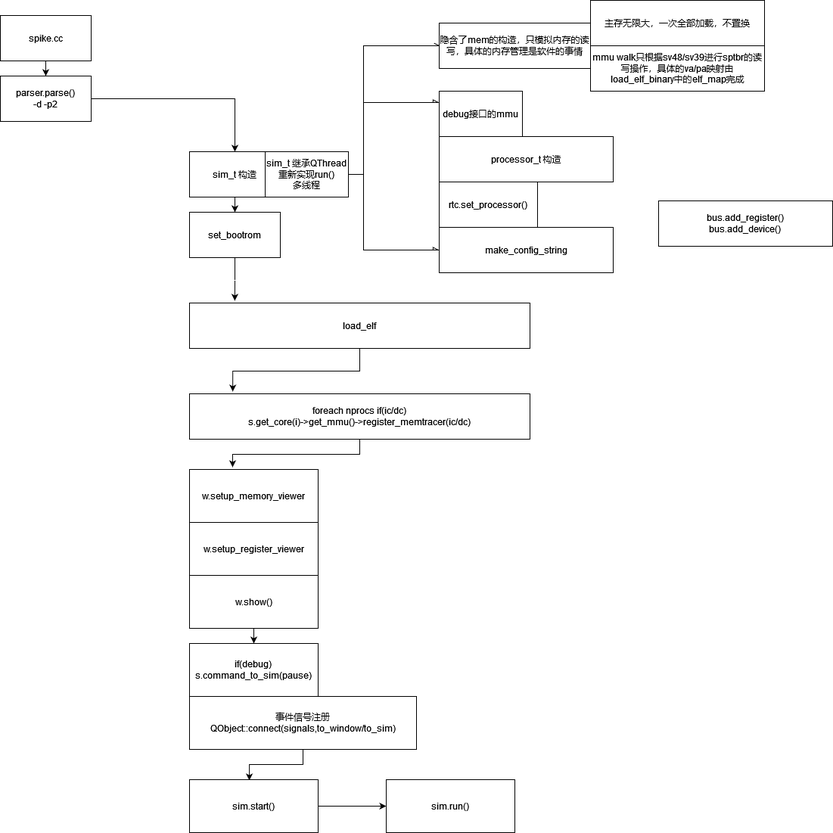
Before: pic/sim-flow.drawio.png, a diagram exported from draw.io (toughpig/paper). Source tidied: cells renumbered, new cells last; positions are measured from the earlier drawing's top-left corner, leaving out a move shared by most shapes. The source it was exported from:
```xml
<mxGraphModel>
  <root>
    <mxCell id="0" />
    <mxCell id="1" parent="0" />
    <mxCell id="2" style="edgeStyle=orthogonalEdgeStyle;rounded=0;jettySize=auto;html=1;entryX=0.5;entryY=0;entryDx=0;entryDy=0;" parent="1" edge="1" source="3" target="7">
      <mxGeometry relative="1" as="geometry" />
    </mxCell>
    <mxCell id="3" value="spike.cc" style="rounded=0;whiteSpace=wrap;html=1;" parent="1" vertex="1">
      <mxGeometry y="20" width="120" height="60" as="geometry" />
    </mxCell>
    <mxCell id="4" style="edgeStyle=orthogonalEdgeStyle;rounded=0;jettySize=auto;html=1;entryX=0.335;entryY=-0.043;entryDx=0;entryDy=0;entryPerimeter=0;" parent="1" edge="1" source="5" target="14">
      <mxGeometry relative="1" as="geometry" />
    </mxCell>
    <mxCell id="5" value="&lt;div&gt;foreach nprocs if(ic/dc)&lt;br&gt;&lt;/div&gt;&lt;div&gt;s.get_core(i)-&amp;gt;get_mmu()-&amp;gt;register_memtracer(ic/dc)&lt;/div&gt;" style="rounded=0;whiteSpace=wrap;html=1;" parent="1" vertex="1">
      <mxGeometry x="250" y="520" width="450" height="60" as="geometry" />
    </mxCell>
    <mxCell id="6" style="edgeStyle=orthogonalEdgeStyle;rounded=0;jettySize=auto;html=1;entryX=0.5;entryY=0;entryDx=0;entryDy=0;" parent="1" edge="1" source="7" target="13">
      <mxGeometry relative="1" as="geometry" />
    </mxCell>
    <mxCell id="7" value="&lt;div&gt;parser.parse()&lt;/div&gt;&lt;div&gt;-d -p2&lt;/div&gt;" style="rounded=0;whiteSpace=wrap;html=1;" parent="1" vertex="1">
      <mxGeometry y="100" width="120" height="60" as="geometry" />
    </mxCell>
    <mxCell id="8" style="edgeStyle=orthogonalEdgeStyle;rounded=0;jettySize=auto;html=1;entryX=0.133;entryY=-0.05;entryDx=0;entryDy=0;entryPerimeter=0;" parent="1" edge="1" source="9" target="26">
      <mxGeometry relative="1" as="geometry" />
    </mxCell>
    <mxCell id="9" value="set_bootrom" style="rounded=0;whiteSpace=wrap;html=1;" parent="1" vertex="1">
      <mxGeometry x="250" y="280" width="120" height="60" as="geometry" />
    </mxCell>
    <mxCell id="10" style="edgeStyle=orthogonalEdgeStyle;rounded=0;jettySize=auto;html=1;entryX=0;entryY=0.25;entryDx=0;entryDy=0;endArrow=async;endFill=0;" parent="1" edge="1" source="13" target="27">
      <mxGeometry relative="1" as="geometry">
        <Array as="points">
          <mxPoint x="480" y="230" />
          <mxPoint x="480" y="135" />
        </Array>
      </mxGeometry>
    </mxCell>
    <mxCell id="11" style="edgeStyle=orthogonalEdgeStyle;rounded=0;jettySize=auto;html=1;entryX=0;entryY=0.5;entryDx=0;entryDy=0;endArrow=async;endFill=0;" parent="1" edge="1" source="13" target="30">
      <mxGeometry relative="1" as="geometry">
        <Array as="points">
          <mxPoint x="480" y="230" />
          <mxPoint x="480" y="330" />
        </Array>
      </mxGeometry>
    </mxCell>
    <mxCell id="12" style="edgeStyle=orthogonalEdgeStyle;rounded=0;jettySize=auto;html=1;entryX=0.5;entryY=0;entryDx=0;entryDy=0;" parent="1" edge="1" source="13" target="9">
      <mxGeometry relative="1" as="geometry" />
    </mxCell>
    <mxCell id="13" value="sim_t 构造" style="rounded=0;whiteSpace=wrap;html=1;" parent="1" vertex="1">
      <mxGeometry x="250" y="200" width="120" height="60" as="geometry" />
    </mxCell>
    <mxCell id="14" value="w.setup_memory_viewer" style="rounded=0;whiteSpace=wrap;html=1;" parent="1" vertex="1">
      <mxGeometry x="250" y="620" width="170" height="70" as="geometry" />
    </mxCell>
    <mxCell id="15" value="w.setup_register_viewer" style="rounded=0;whiteSpace=wrap;html=1;" parent="1" vertex="1">
      <mxGeometry x="250" y="690" width="170" height="70" as="geometry" />
    </mxCell>
    <mxCell id="16" style="edgeStyle=orthogonalEdgeStyle;rounded=0;jettySize=auto;html=1;entryX=0.5;entryY=0;entryDx=0;entryDy=0;endArrow=classic;endFill=1;" parent="1" edge="1" source="17" target="18">
      <mxGeometry relative="1" as="geometry" />
    </mxCell>
    <mxCell id="17" value="w.show()" style="rounded=0;whiteSpace=wrap;html=1;" parent="1" vertex="1">
      <mxGeometry x="250" y="760" width="170" height="70" as="geometry" />
    </mxCell>
    <mxCell id="18" value="&lt;div&gt;if(debug)&lt;/div&gt;&lt;div&gt;s.command_to_sim(pause)&lt;br&gt;&lt;/div&gt;" style="rounded=0;whiteSpace=wrap;html=1;" parent="1" vertex="1">
      <mxGeometry x="250" y="850" width="170" height="70" as="geometry" />
    </mxCell>
    <mxCell id="19" style="edgeStyle=orthogonalEdgeStyle;rounded=0;jettySize=auto;html=1;entryX=0.465;entryY=0.014;entryDx=0;entryDy=0;entryPerimeter=0;endArrow=classic;endFill=1;" parent="1" edge="1" source="20" target="22">
      <mxGeometry relative="1" as="geometry" />
    </mxCell>
    <mxCell id="20" value="事件信号注册QObject::connect(signals,to_window/to_sim)" style="rounded=0;whiteSpace=wrap;html=1;" parent="1" vertex="1">
      <mxGeometry x="250" y="920" width="300" height="70" as="geometry" />
    </mxCell>
    <mxCell id="21" style="edgeStyle=orthogonalEdgeStyle;rounded=0;jettySize=auto;html=1;" parent="1" edge="1" source="22">
      <mxGeometry relative="1" as="geometry">
        <mxPoint x="510" y="1065" as="targetPoint" />
      </mxGeometry>
    </mxCell>
    <mxCell id="22" value="sim.start()" style="rounded=0;whiteSpace=wrap;html=1;" parent="1" vertex="1">
      <mxGeometry x="250" y="1030" width="170" height="70" as="geometry" />
    </mxCell>
    <mxCell id="23" style="edgeStyle=orthogonalEdgeStyle;rounded=0;jettySize=auto;html=1;entryX=0;entryY=0.5;entryDx=0;entryDy=0;endArrow=openAsync;endFill=0;" parent="1" edge="1" source="24" target="35">
      <mxGeometry relative="1" as="geometry">
        <Array as="points">
          <mxPoint x="480" y="230" />
          <mxPoint x="480" y="60" />
        </Array>
      </mxGeometry>
    </mxCell>
    <mxCell id="24" value="&lt;div&gt;sim_t 继承QThread&lt;/div&gt;&lt;div&gt;重新实现run()&lt;/div&gt;&lt;div&gt;多线程&lt;br&gt;&lt;/div&gt;" style="rounded=0;whiteSpace=wrap;html=1;" parent="1" vertex="1">
      <mxGeometry x="350" y="200" width="110" height="60" as="geometry" />
    </mxCell>
    <mxCell id="25" style="edgeStyle=orthogonalEdgeStyle;rounded=0;jettySize=auto;html=1;entryX=0.127;entryY=-0.05;entryDx=0;entryDy=0;entryPerimeter=0;" parent="1" edge="1" source="26" target="5">
      <mxGeometry relative="1" as="geometry" />
    </mxCell>
    <mxCell id="26" value="load_elf" style="rounded=0;whiteSpace=wrap;html=1;" parent="1" vertex="1">
      <mxGeometry x="250" y="400" width="450" height="60" as="geometry" />
    </mxCell>
    <mxCell id="27" value="debug接口的mmu" style="rounded=0;whiteSpace=wrap;html=1;" parent="1" vertex="1">
      <mxGeometry x="580" y="120" width="110" height="60" as="geometry" />
    </mxCell>
    <mxCell id="28" value="processor_t 构造" style="rounded=0;whiteSpace=wrap;html=1;" parent="1" vertex="1">
      <mxGeometry x="580" y="180" width="230" height="60" as="geometry" />
    </mxCell>
    <mxCell id="29" value="rtc.set_processor()" style="rounded=0;whiteSpace=wrap;html=1;" parent="1" vertex="1">
      <mxGeometry x="580" y="240" width="130" height="60" as="geometry" />
    </mxCell>
    <mxCell id="30" value="make_config_string" style="rounded=0;whiteSpace=wrap;html=1;" parent="1" vertex="1">
      <mxGeometry x="580" y="300" width="230" height="60" as="geometry" />
    </mxCell>
    <mxCell id="31" value="sim.run()" style="rounded=0;whiteSpace=wrap;html=1;" parent="1" vertex="1">
      <mxGeometry x="510" y="1030" width="170" height="70" as="geometry" />
    </mxCell>
    <mxCell id="32" value="&lt;div&gt;bus.add_register()&lt;/div&gt;&lt;div&gt;bus.add_device()&lt;br&gt;&lt;/div&gt;" style="rounded=0;whiteSpace=wrap;html=1;" parent="1" vertex="1">
      <mxGeometry x="870" y="265" width="230" height="60" as="geometry" />
    </mxCell>
    <mxCell id="33" value="主存无限大，一次全部加载，不置换" style="rounded=0;whiteSpace=wrap;html=1;" parent="1" vertex="1">
      <mxGeometry x="780" width="230" height="60" as="geometry" />
    </mxCell>
    <mxCell id="34" value="mmu walk只根据sv48/sv39进行sptbr的读写操作，具体的va/pa映射由load_elf_binary中的elf_map完成" style="rounded=0;whiteSpace=wrap;html=1;" parent="1" vertex="1">
      <mxGeometry x="780" y="60" width="230" height="60" as="geometry" />
    </mxCell>
    <mxCell id="35" value="隐含了mem的构造，只模拟内存的读写，具体的内存管理是软件的事情" style="rounded=0;whiteSpace=wrap;html=1;" parent="1" vertex="1">
      <mxGeometry x="580" y="30" width="200" height="60" as="geometry" />
    </mxCell>
  </root>
</mxGraphModel>
```
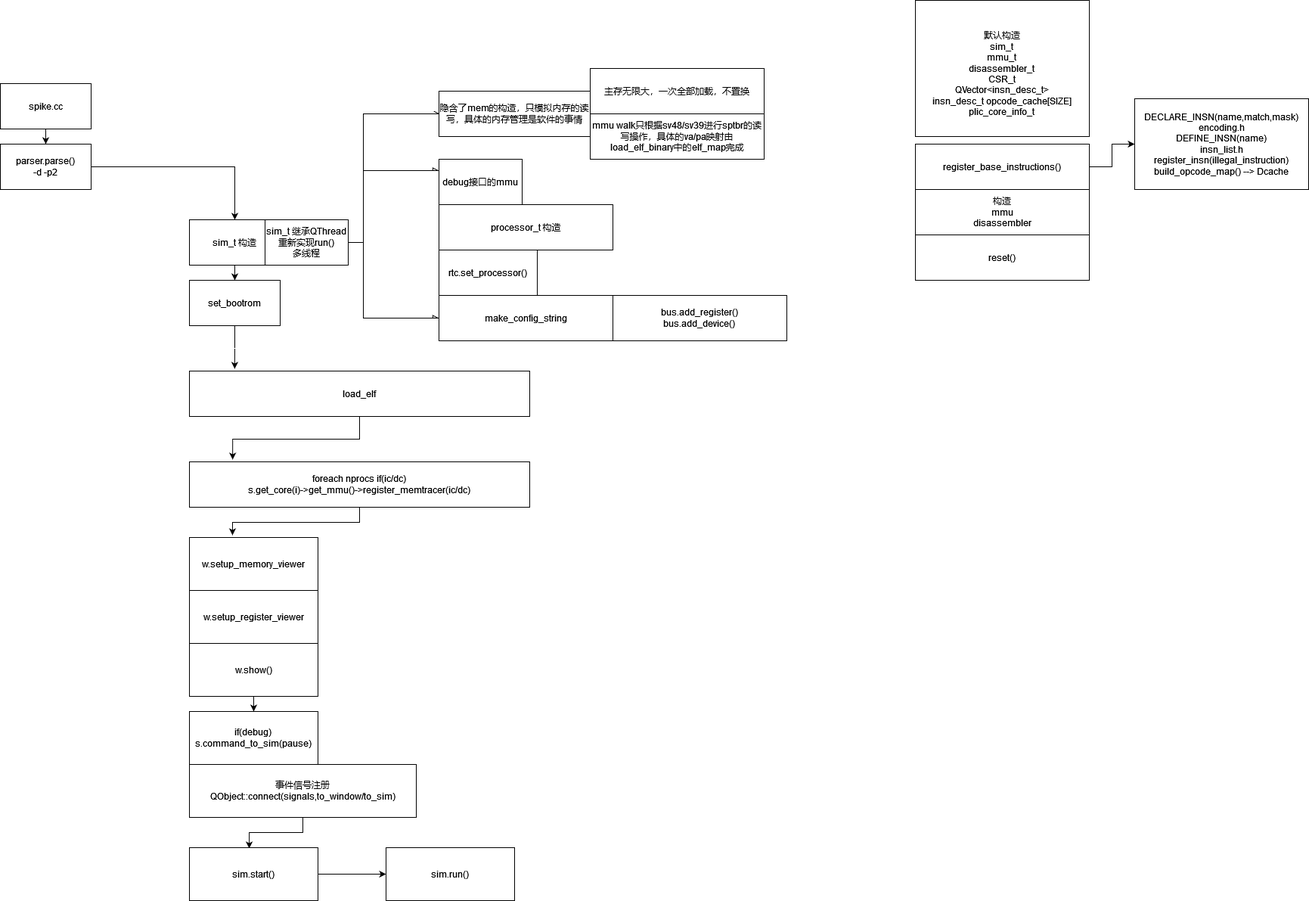
Above is the later version.

The edit, as a diff of the source:
```diff
@@ -110,7 +110,7 @@
       <mxGeometry x="510" y="1030" width="170" height="70" as="geometry" />
     </mxCell>
     <mxCell id="32" value="&lt;div&gt;bus.add_register()&lt;/div&gt;&lt;div&gt;bus.add_device()&lt;br&gt;&lt;/div&gt;" style="rounded=0;whiteSpace=wrap;html=1;" parent="1" vertex="1">
-      <mxGeometry x="870" y="265" width="230" height="60" as="geometry" />
+      <mxGeometry x="810" y="300" width="230" height="60" as="geometry" />
     </mxCell>
     <mxCell id="33" value="主存无限大，一次全部加载，不置换" style="rounded=0;whiteSpace=wrap;html=1;" parent="1" vertex="1">
       <mxGeometry x="780" width="230" height="60" as="geometry" />
@@ -121,5 +121,23 @@
     <mxCell id="35" value="隐含了mem的构造，只模拟内存的读写，具体的内存管理是软件的事情" style="rounded=0;whiteSpace=wrap;html=1;" parent="1" vertex="1">
       <mxGeometry x="580" y="30" width="200" height="60" as="geometry" />
     </mxCell>
+    <mxCell id="36" style="edgeStyle=orthogonalEdgeStyle;rounded=0;jettySize=auto;html=1;entryX=0;entryY=0.5;entryDx=0;entryDy=0;" parent="1" edge="1" source="37" target="41">
+      <mxGeometry relative="1" as="geometry" />
+    </mxCell>
+    <mxCell id="37" value="register_base_instructions()" style="rounded=0;whiteSpace=wrap;html=1;" parent="1" vertex="1">
+      <mxGeometry x="1210" y="100" width="230" height="60" as="geometry" />
+    </mxCell>
+    <mxCell id="38" value="&lt;div&gt;构造&lt;/div&gt;&lt;div&gt;mmu&lt;/div&gt;&lt;div&gt;disassembler&lt;/div&gt;" style="rounded=0;whiteSpace=wrap;html=1;" parent="1" vertex="1">
+      <mxGeometry x="1210" y="160" width="230" height="60" as="geometry" />
+    </mxCell>
+    <mxCell id="39" value="reset()" style="rounded=0;whiteSpace=wrap;html=1;" parent="1" vertex="1">
+      <mxGeometry x="1210" y="220" width="230" height="60" as="geometry" />
+    </mxCell>
+    <mxCell id="40" value="&lt;div&gt;&lt;br&gt;&lt;/div&gt;&lt;div&gt;默认构造&lt;br&gt;&lt;/div&gt;&lt;div&gt;sim_t&lt;/div&gt;&lt;div&gt;mmu_t&lt;/div&gt;&lt;div&gt;disassembler_t&lt;/div&gt;&lt;div&gt;CSR_t&lt;/div&gt;&lt;div&gt;QVector&amp;lt;insn_desc_t&amp;gt;&lt;/div&gt;&lt;div&gt;insn_desc_t opcode_cache[SIZE]&lt;br&gt;&lt;/div&gt;plic_core_info_t" style="rounded=0;whiteSpace=wrap;html=1;" parent="1" vertex="1">
+      <mxGeometry x="1210" y="-90" width="230" height="180" as="geometry" />
+    </mxCell>
+    <mxCell id="41" value="&lt;div&gt;DECLARE_INSN(name,match,mask)&lt;/div&gt;&lt;div&gt;encoding.h&lt;/div&gt;&lt;div&gt;DEFINE_INSN(name)&lt;/div&gt;&lt;div&gt;insn_list.h&lt;/div&gt;&lt;div&gt;register_insn(illegal_instruction)&lt;br&gt;&lt;/div&gt;&lt;div&gt;build_opcode_map() --&amp;gt; Dcache&lt;br&gt;&lt;/div&gt;" style="rounded=0;whiteSpace=wrap;html=1;" parent="1" vertex="1">
+      <mxGeometry x="1500" y="40" width="230" height="120" as="geometry" />
+    </mxCell>
   </root>
 </mxGraphModel>
```
